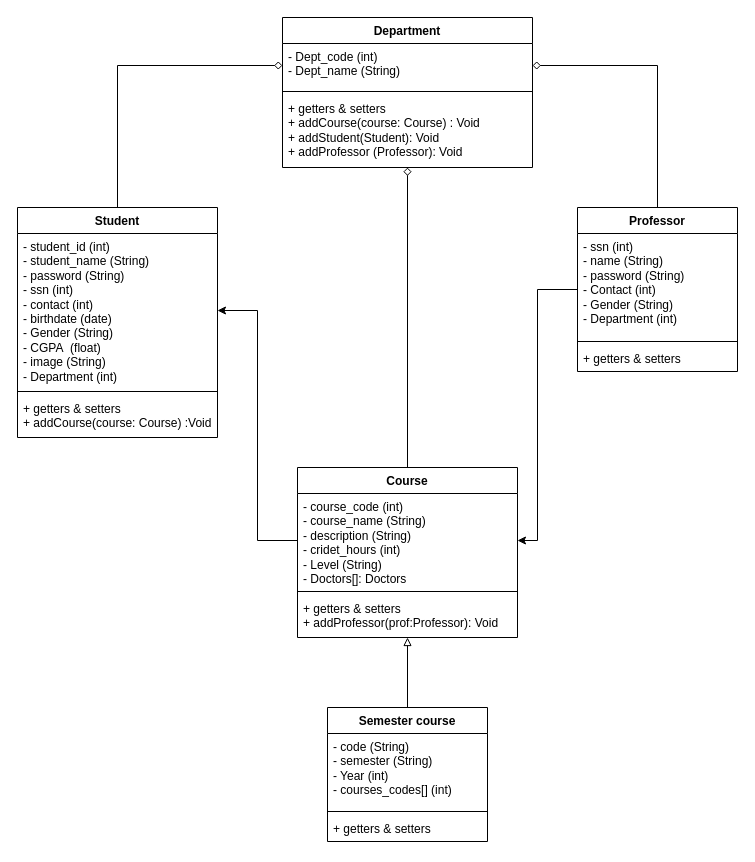
DiaaAhmedHassan/university_system keeps this draw.io diagram as diagrams/Untitled Diagram.drawio. Above is the earlier version. Source tidied: cells renumbered, new cells numbered last; positions are measured from the earlier drawing's top-left corner, leaving out a move shared by most shapes. Both pictures are drawn from the tidied source at 100%, with x=0, y=0 at pixel (17, 17).
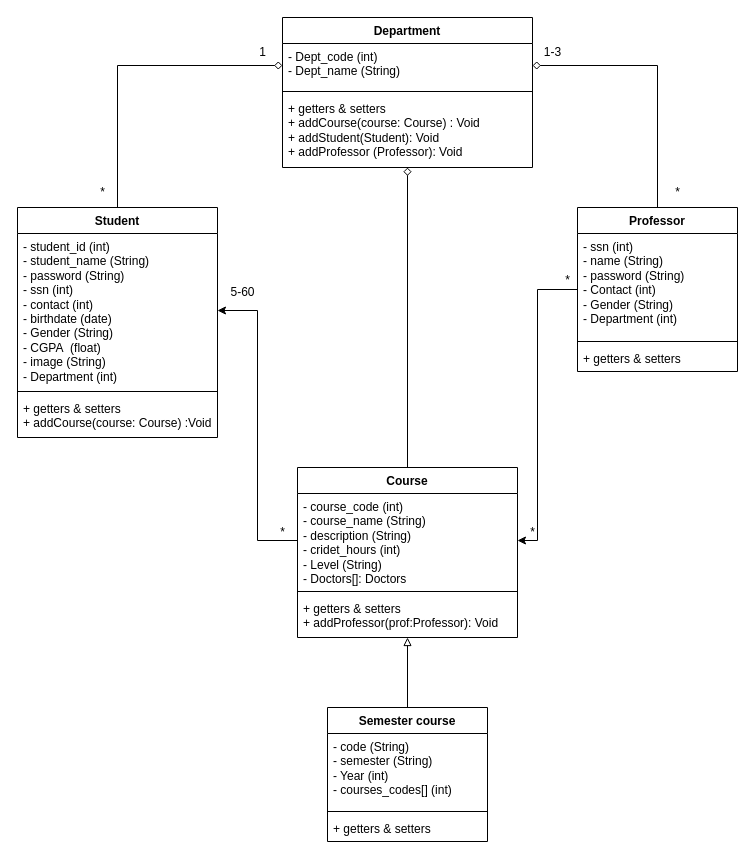
Above is the later version.

What changed in the source:
```diff
@@
+    <mxCell id="28" value="*" style="text;html=1;align=center;verticalAlign=middle;strokeColor=none;fillColor=none;" parent="1" vertex="1">
+      <mxGeometry x="535" y="248" width="30" height="30" as="geometry" />
+    </mxCell>
+    <mxCell id="29" value="*" style="text;html=1;align=center;verticalAlign=middle;strokeColor=none;fillColor=none;" parent="1" vertex="1">
+      <mxGeometry x="500" y="500" width="30" height="30" as="geometry" />
+    </mxCell>
+    <mxCell id="30" value="*" style="text;html=1;align=center;verticalAlign=middle;strokeColor=none;fillColor=none;" parent="1" vertex="1">
+      <mxGeometry x="250" y="500" width="30" height="30" as="geometry" />
+    </mxCell>
+    <mxCell id="31" value="5-60" style="text;html=1;align=center;verticalAlign=middle;strokeColor=none;fillColor=none;" parent="1" vertex="1">
+      <mxGeometry x="200" y="260" width="50" height="30" as="geometry" />
+    </mxCell>
+    <mxCell id="32" value="*" style="text;html=1;align=center;verticalAlign=middle;strokeColor=none;fillColor=none;" parent="1" vertex="1">
+      <mxGeometry x="70" y="160" width="30" height="30" as="geometry" />
+    </mxCell>
+    <mxCell id="33" value="1" style="text;html=1;align=center;verticalAlign=middle;strokeColor=none;fillColor=none;" parent="1" vertex="1">
+      <mxGeometry x="230" y="20" width="30" height="30" as="geometry" />
+    </mxCell>
+    <mxCell id="34" value="1-3" style="text;html=1;align=center;verticalAlign=middle;strokeColor=none;fillColor=none;" parent="1" vertex="1">
+      <mxGeometry x="515" y="20" width="40" height="30" as="geometry" />
+    </mxCell>
+    <mxCell id="35" value="*" style="text;html=1;align=center;verticalAlign=middle;strokeColor=none;fillColor=none;" parent="1" vertex="1">
+      <mxGeometry x="645" y="160" width="30" height="30" as="geometry" />
+    </mxCell>
```
